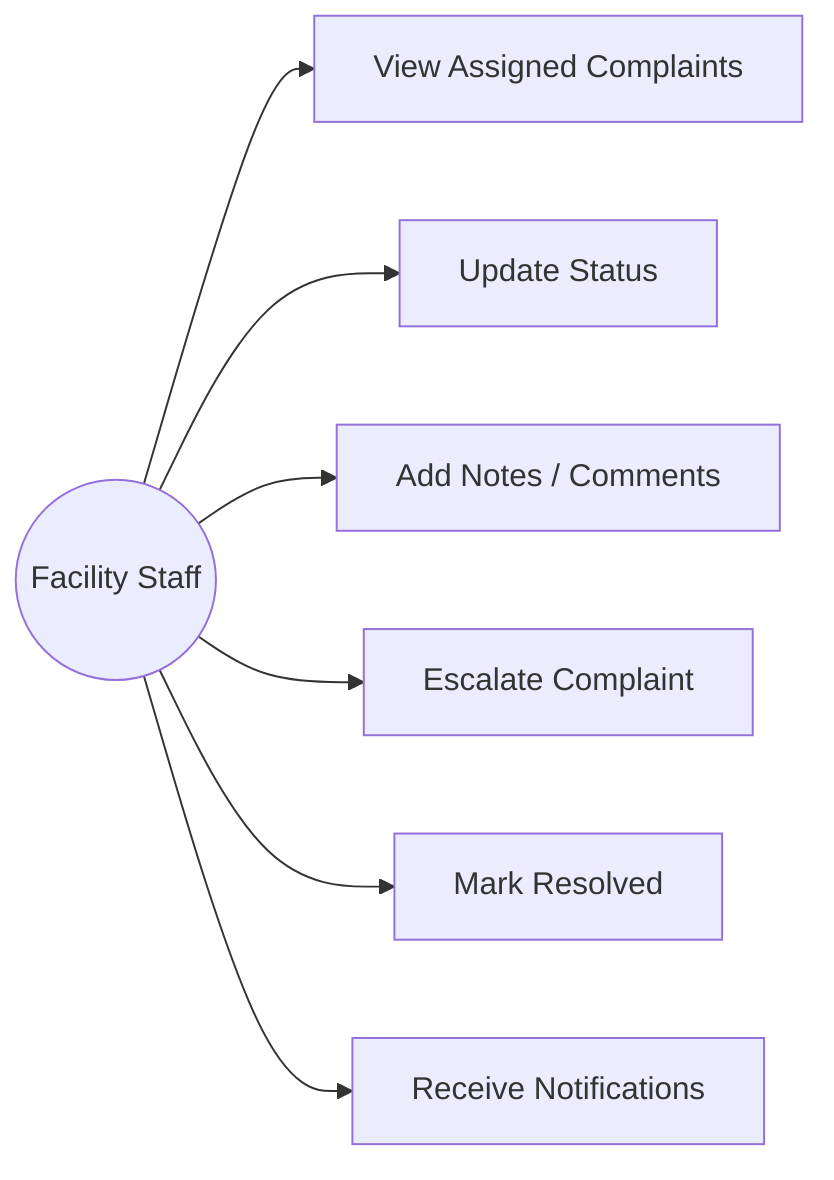
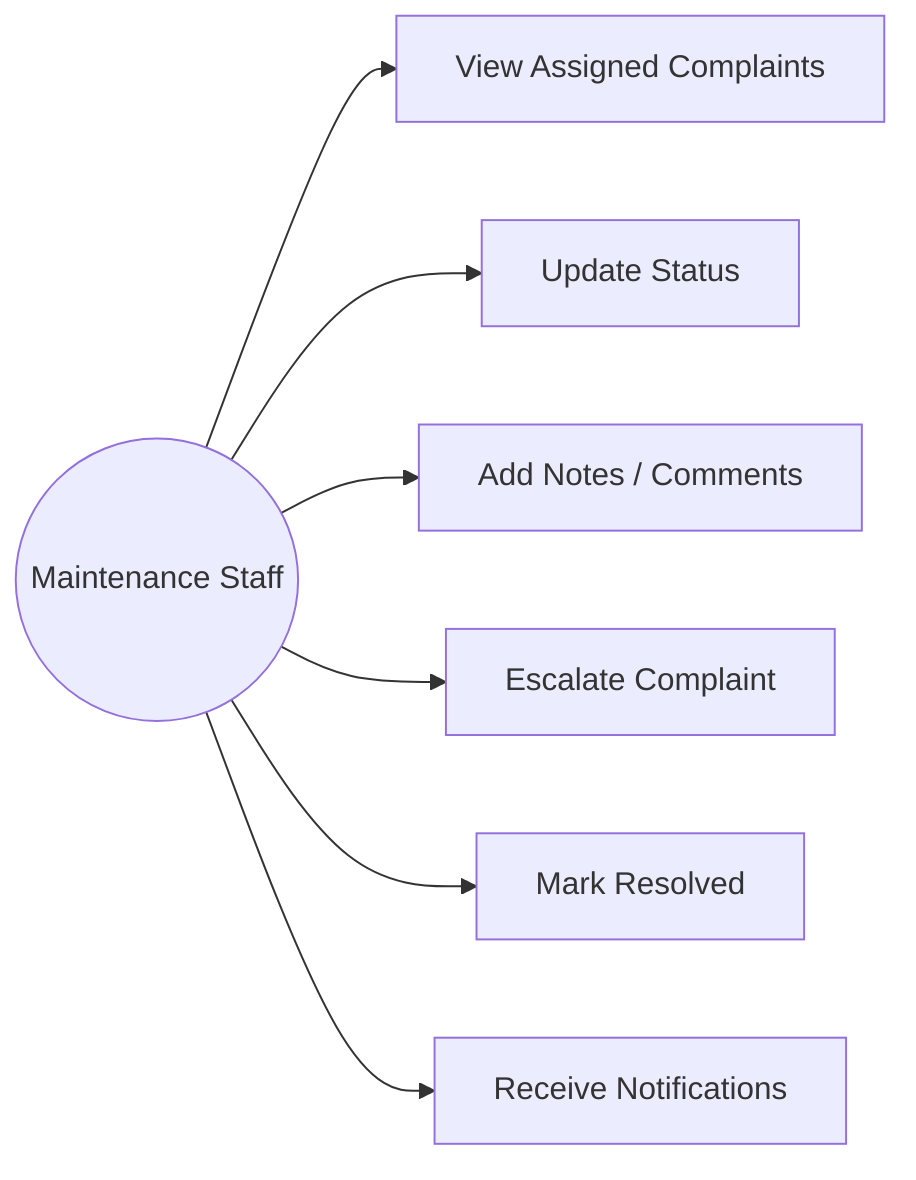
- %% Facility Staff use-case diagram (Mermaid)
+ %% Maintenance Staff use-case diagram (Mermaid)
flowchart LR
-   Staff((Facility Staff))
+   Staff((Maintenance Staff))
  ViewAssigned[View Assigned Complaints]
  UpdateStatus[Update Status]
  AddComment[Add Notes / Comments]
  Escalate[Escalate Complaint]
  Resolve[Mark Resolved]
  Notifications[Receive Notifications]

  Staff --> ViewAssigned
  Staff --> UpdateStatus
  Staff --> AddComment
  Staff --> Escalate
  Staff --> Resolve
  Staff --> Notifications
